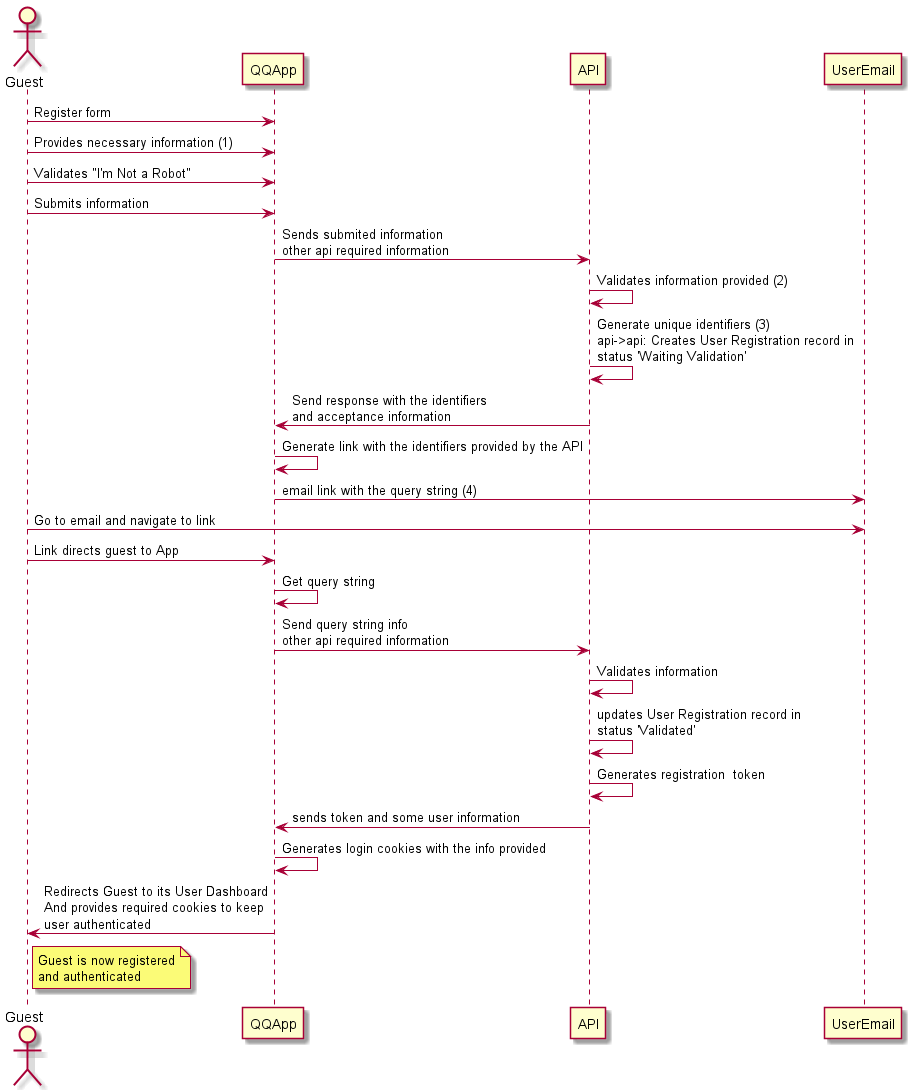
The PlantUML diagram docs/RegisterUser.png in i-on-project/quick-quiz, before a commit. The source it was exported from:
```plantuml
@startuml RegisterUser

actor Guest as guest
participant QQApp as qq
participant API as api
participant UserEmail as email
guest->qq: Register form
guest->qq: Provides necessary information (1)
guest->qq: Validates "I'm Not a Robot"
guest->qq: Submits information
qq->api: Sends submited information\nother api required information
api->api: Validates information provided (2)
api->api: Generate unique identifiers (3)\napi->api: Creates User Registration record in \nstatus 'Waiting Validation'
api->qq: Send response with the identifiers\nand acceptance information
qq->qq: Generate link with the identifiers provided by the API
qq->email: email link with the query string (4)
guest->email:Go to email and navigate to link
guest->qq: Link directs guest to App
qq->qq: Get query string
qq->api: Send query string info\nother api required information
api->api: Validates information
api->api: updates User Registration record in \nstatus 'Validated'
api->api: Generates registration  token
api->qq: sends token and some user information
qq->qq: Generates login cookies with the info provided
qq->guest: Redirects Guest to its User Dashboard\nAnd provides required cookies to keep\nuser authenticated
note right of guest : Guest is now registered\nand authenticated

@enduml
```
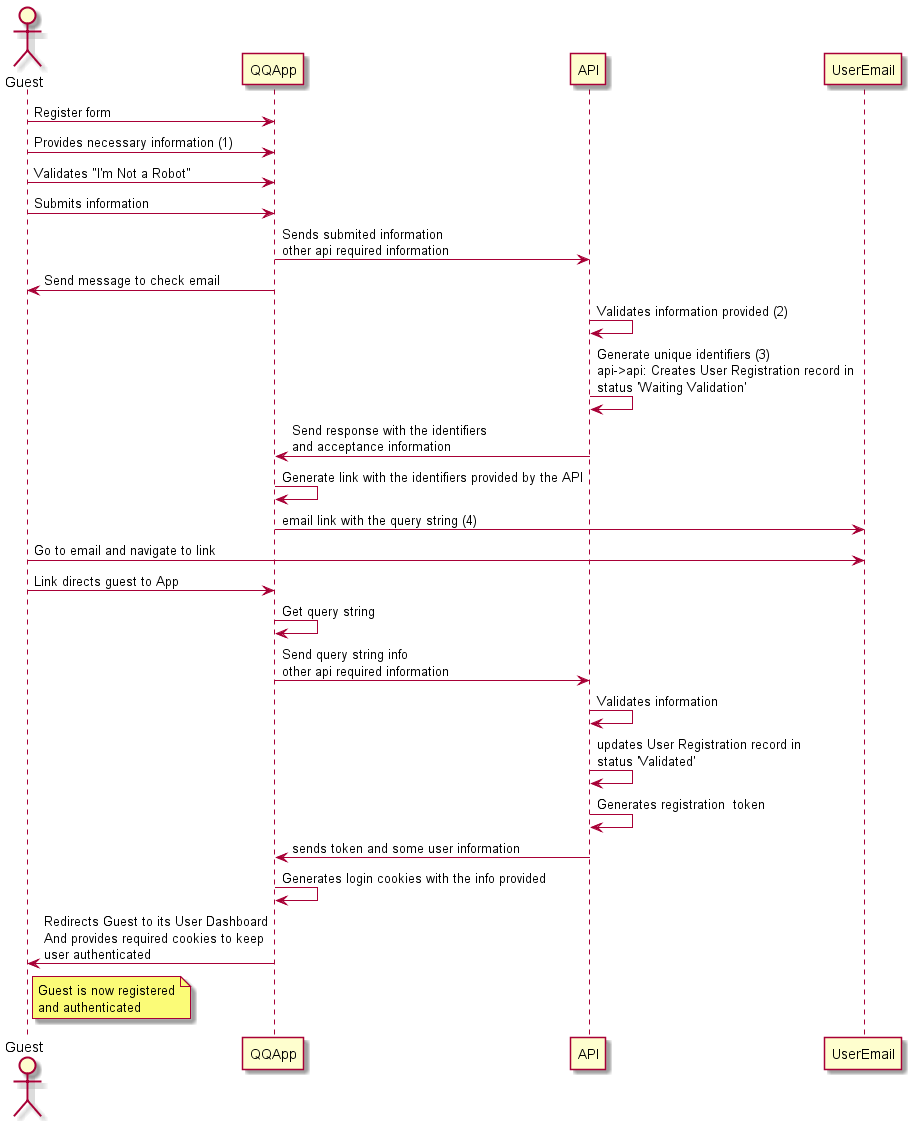
The same diagram one commit later.

What changed in the source:
```diff
@@ -9,6 +9,7 @@
 guest->qq: Validates "I'm Not a Robot"
 guest->qq: Submits information
 qq->api: Sends submited information\nother api required information
+qq->guest: Send message to check email
 api->api: Validates information provided (2)
 api->api: Generate unique identifiers (3)\napi->api: Creates User Registration record in \nstatus 'Waiting Validation'
 api->qq: Send response with the identifiers\nand acceptance information
```
